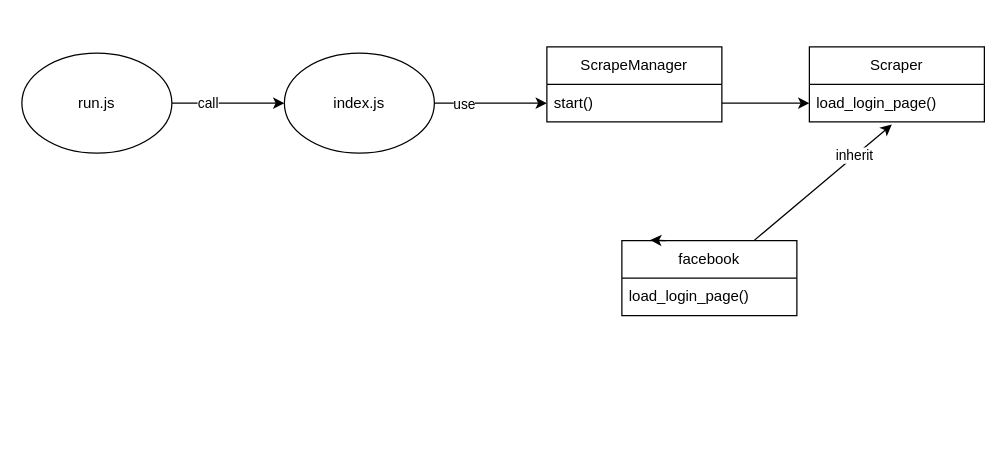
Above: doc/class.drawio in robertzengcn/social-marketing (draw.io), before the change. Source tidied: cells renumbered, new cells numbered last; positions are measured from the earlier drawing's top-left corner, leaving out a move shared by most shapes. Both pictures are drawn from the tidied source at 125%, with x=0, y=0 at pixel (21, 46).
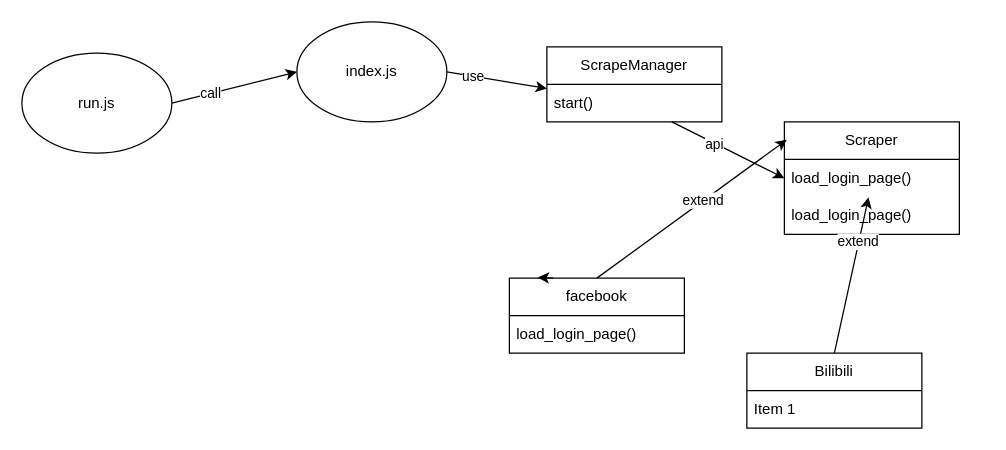
The same page after the edit.

Unchanged cells that the change refers to:
```xml
<mxCell id="11" value="load_login_page()" style="text;strokeColor=none;fillColor=none;align=left;verticalAlign=middle;spacingLeft=4;spacingRight=4;overflow=hidden;points=[[0,0.5],[1,0.5]];portConstraint=eastwest;whiteSpace=wrap;html=1;" parent="10" vertex="1">
  <mxGeometry y="30" width="140" height="30" as="geometry" />
</mxCell>
<mxCell id="16" style="edgeStyle=none;html=1;entryX=0;entryY=0.5;entryDx=0;entryDy=0;" parent="1" edge="1" source="9" target="11">
  <mxGeometry relative="1" as="geometry" />
</mxCell>
```

What changed in the source:
```diff
@@
     <mxCell id="7" value="index.js" style="ellipse;whiteSpace=wrap;html=1;" parent="1" vertex="1">
-      <mxGeometry x="210" y="5" width="120" height="80" as="geometry" />
+      <mxGeometry x="220" y="-20" width="120" height="80" as="geometry" />
     </mxCell>
@@
     <mxCell id="10" value="Scraper" style="swimlane;fontStyle=0;horizontal=1;startSize=30;whiteSpace=wrap;html=1;" parent="1" vertex="1">
-      <mxGeometry x="630" width="140" height="60" as="geometry" />
+      <mxGeometry x="610" y="60" width="140" height="90" as="geometry" />
     </mxCell>
@@
-    <mxCell id="12" style="edgeStyle=none;html=1;entryX=0.471;entryY=1.073;entryDx=0;entryDy=0;entryPerimeter=0;" parent="1" edge="1" source="14" target="11">
-      <mxGeometry relative="1" as="geometry" />
-    </mxCell>
-    <mxCell id="13" value="inherit" style="edgeLabel;html=1;align=center;verticalAlign=middle;" parent="12" vertex="1">
-      <mxGeometry x="0.46" y="1" relative="1" as="geometry" />
-    </mxCell>
+    <mxCell id="18" value="load_login_page()" style="text;strokeColor=none;fillColor=none;align=left;verticalAlign=middle;spacingLeft=4;spacingRight=4;overflow=hidden;whiteSpace=wrap;html=1;" parent="10" vertex="1">
+      <mxGeometry y="60" width="140" height="30" as="geometry" />
+    </mxCell>
+    <mxCell id="19" style="edgeStyle=none;html=1;exitX=0.5;exitY=0;exitDx=0;exitDy=0;entryX=0.014;entryY=0.159;entryDx=0;entryDy=0;entryPerimeter=0;" parent="1" edge="1" source="14" target="10">
+      <mxGeometry relative="1" as="geometry" />
+    </mxCell>
+    <mxCell id="20" value="extend" style="edgeLabel;html=1;align=center;verticalAlign=middle;" parent="19" vertex="1">
+      <mxGeometry x="0.12" y="1" relative="1" as="geometry" />
+    </mxCell>
     <mxCell id="14" value="facebook" style="swimlane;fontStyle=0;horizontal=1;startSize=30;whiteSpace=wrap;html=1;" parent="1" vertex="1">
-      <mxGeometry x="480" y="155" width="140" height="60" as="geometry" />
+      <mxGeometry x="390" y="185" width="140" height="60" as="geometry" />
     </mxCell>
@@
+    <mxCell id="21" value="api" style="edgeLabel;html=1;align=center;verticalAlign=middle;" parent="16" vertex="1">
+      <mxGeometry x="-0.25" y="-1" relative="1" as="geometry" />
+    </mxCell>
@@
+    <mxCell id="22" style="edgeStyle=none;html=1;exitX=0.5;exitY=0;exitDx=0;exitDy=0;entryX=0.481;entryY=1.011;entryDx=0;entryDy=0;entryPerimeter=0;" parent="1" edge="1" source="24" target="11">
+      <mxGeometry relative="1" as="geometry" />
+    </mxCell>
+    <mxCell id="23" value="extend" style="edgeLabel;html=1;align=center;verticalAlign=middle;" parent="22" vertex="1">
+      <mxGeometry x="0.43" y="1" relative="1" as="geometry" />
+    </mxCell>
+    <mxCell id="24" value="Bilibili" style="swimlane;fontStyle=0;horizontal=1;startSize=30;whiteSpace=wrap;html=1;" parent="1" vertex="1">
+      <mxGeometry x="580" y="245" width="140" height="60" as="geometry" />
+    </mxCell>
+    <mxCell id="25" value="Item 1" style="text;strokeColor=none;fillColor=none;align=left;verticalAlign=middle;spacingLeft=4;spacingRight=4;overflow=hidden;whiteSpace=wrap;html=1;" parent="24" vertex="1">
+      <mxGeometry y="30" width="140" height="30" as="geometry" />
+    </mxCell>
```
